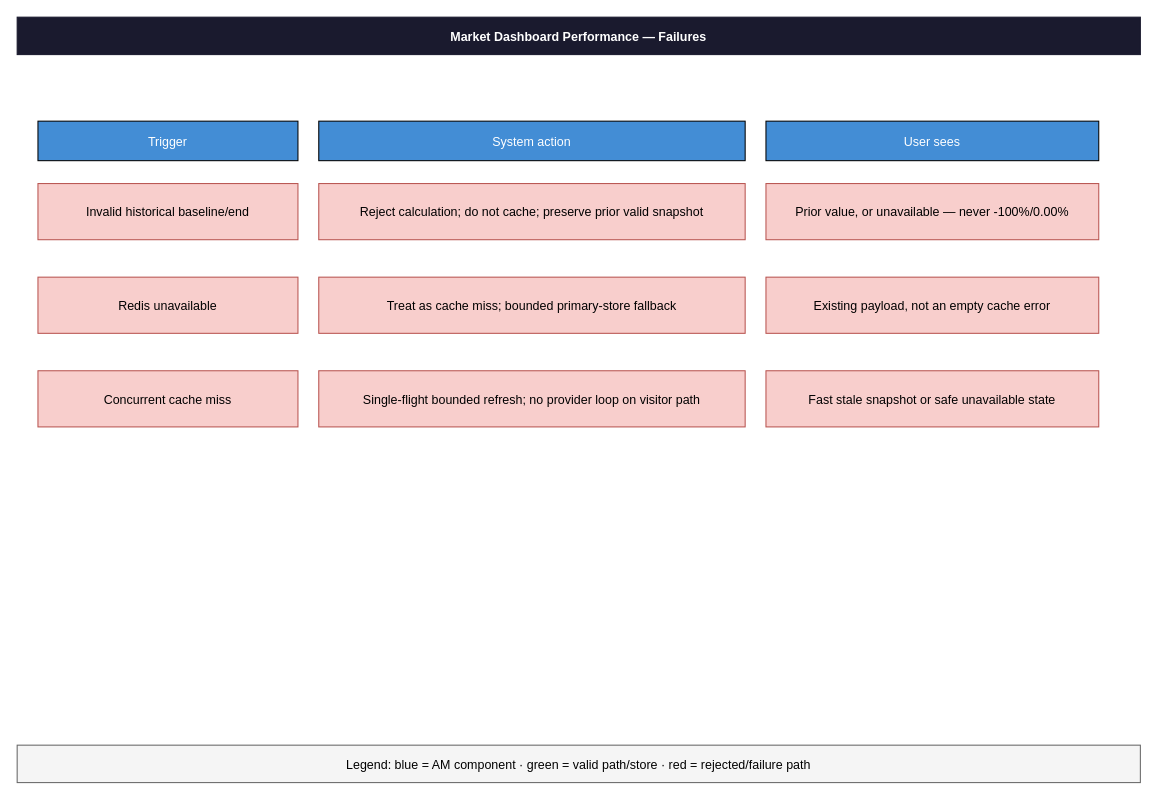
Earlier version of the draw.io diagram page "Failures" (3 of 3) of docs/market-dashboard-performance/architecture.drawio (AM-Portfolio/am-market). Source tidied: cells renumbered, new cells numbered last; positions are measured from the earlier drawing's top-left corner, leaving out a move shared by most shapes. Both pictures are drawn from the tidied source at 104%, with x=0, y=0 at pixel (17, 17).
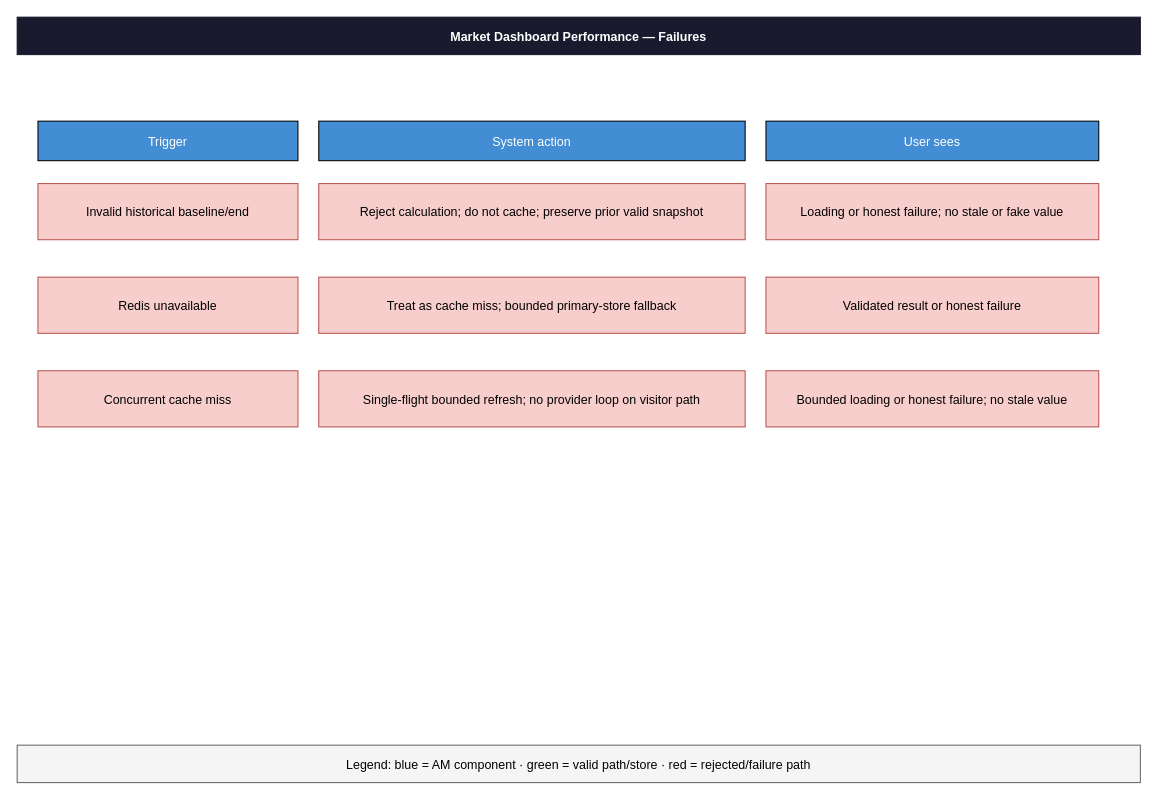
The same diagram, later.

What changed in the source:
```diff
@@
 <mxGraphModel>
   <root>
     <mxCell id="0" />
     <mxCell id="1" parent="0" />
     <mxCell id="2" value="Market Dashboard Performance — Failures" style="fillColor=#1A1A2E;fontColor=#FFFFFF;fontStyle=1;strokeColor=#1A1A2E;" parent="1" vertex="1">
       <mxGeometry width="1080" height="36" as="geometry" />
     </mxCell>
     <mxCell id="3" value="Trigger" style="fillColor=#438DD5;fontColor=#FFFFFF;" parent="1" vertex="1">
       <mxGeometry x="20" y="100" width="250" height="38" as="geometry" />
     </mxCell>
     <mxCell id="4" value="System action" style="fillColor=#438DD5;fontColor=#FFFFFF;" parent="1" vertex="1">
       <mxGeometry x="290" y="100" width="410" height="38" as="geometry" />
     </mxCell>
     <mxCell id="5" value="User sees" style="fillColor=#438DD5;fontColor=#FFFFFF;" parent="1" vertex="1">
       <mxGeometry x="720" y="100" width="320" height="38" as="geometry" />
     </mxCell>
     <mxCell id="6" value="Invalid historical baseline/end" style="fillColor=#F8CECC;strokeColor=#B85450;" parent="1" vertex="1">
       <mxGeometry x="20" y="160" width="250" height="54" as="geometry" />
     </mxCell>
     <mxCell id="7" value="Reject calculation; do not cache; preserve prior valid snapshot" style="fillColor=#F8CECC;strokeColor=#B85450;" parent="1" vertex="1">
       <mxGeometry x="290" y="160" width="410" height="54" as="geometry" />
     </mxCell>
-    <mxCell id="8" value="Prior value, or unavailable — never -100%/0.00%" style="fillColor=#F8CECC;strokeColor=#B85450;" parent="1" vertex="1">
+    <mxCell id="8" value="Loading or honest failure; no stale or fake value" style="fillColor=#F8CECC;strokeColor=#B85450;" parent="1" vertex="1">
       <mxGeometry x="720" y="160" width="320" height="54" as="geometry" />
     </mxCell>
     <mxCell id="9" value="Redis unavailable" style="fillColor=#F8CECC;strokeColor=#B85450;" parent="1" vertex="1">
       <mxGeometry x="20" y="250" width="250" height="54" as="geometry" />
     </mxCell>
     <mxCell id="10" value="Treat as cache miss; bounded primary-store fallback" style="fillColor=#F8CECC;strokeColor=#B85450;" parent="1" vertex="1">
       <mxGeometry x="290" y="250" width="410" height="54" as="geometry" />
     </mxCell>
-    <mxCell id="11" value="Existing payload, not an empty cache error" style="fillColor=#F8CECC;strokeColor=#B85450;" parent="1" vertex="1">
+    <mxCell id="11" value="Validated result or honest failure" style="fillColor=#F8CECC;strokeColor=#B85450;" parent="1" vertex="1">
       <mxGeometry x="720" y="250" width="320" height="54" as="geometry" />
     </mxCell>
     <mxCell id="12" value="Concurrent cache miss" style="fillColor=#F8CECC;strokeColor=#B85450;" parent="1" vertex="1">
       <mxGeometry x="20" y="340" width="250" height="54" as="geometry" />
     </mxCell>
     <mxCell id="13" value="Single-flight bounded refresh; no provider loop on visitor path" style="fillColor=#F8CECC;strokeColor=#B85450;" parent="1" vertex="1">
       <mxGeometry x="290" y="340" width="410" height="54" as="geometry" />
     </mxCell>
-    <mxCell id="14" value="Fast stale snapshot or safe unavailable state" style="fillColor=#F8CECC;strokeColor=#B85450;" parent="1" vertex="1">
+    <mxCell id="14" value="Bounded loading or honest failure; no stale value" style="fillColor=#F8CECC;strokeColor=#B85450;" parent="1" vertex="1">
       <mxGeometry x="720" y="340" width="320" height="54" as="geometry" />
     </mxCell>
     <mxCell id="15" value="Legend: blue = AM component · green = valid path/store · red = rejected/failure path" style="fillColor=#F5F5F5;strokeColor=#666666;" parent="1" vertex="1">
       <mxGeometry y="700" width="1080" height="36" as="geometry" />
     </mxCell>
   </root>
 </mxGraphModel>
```
